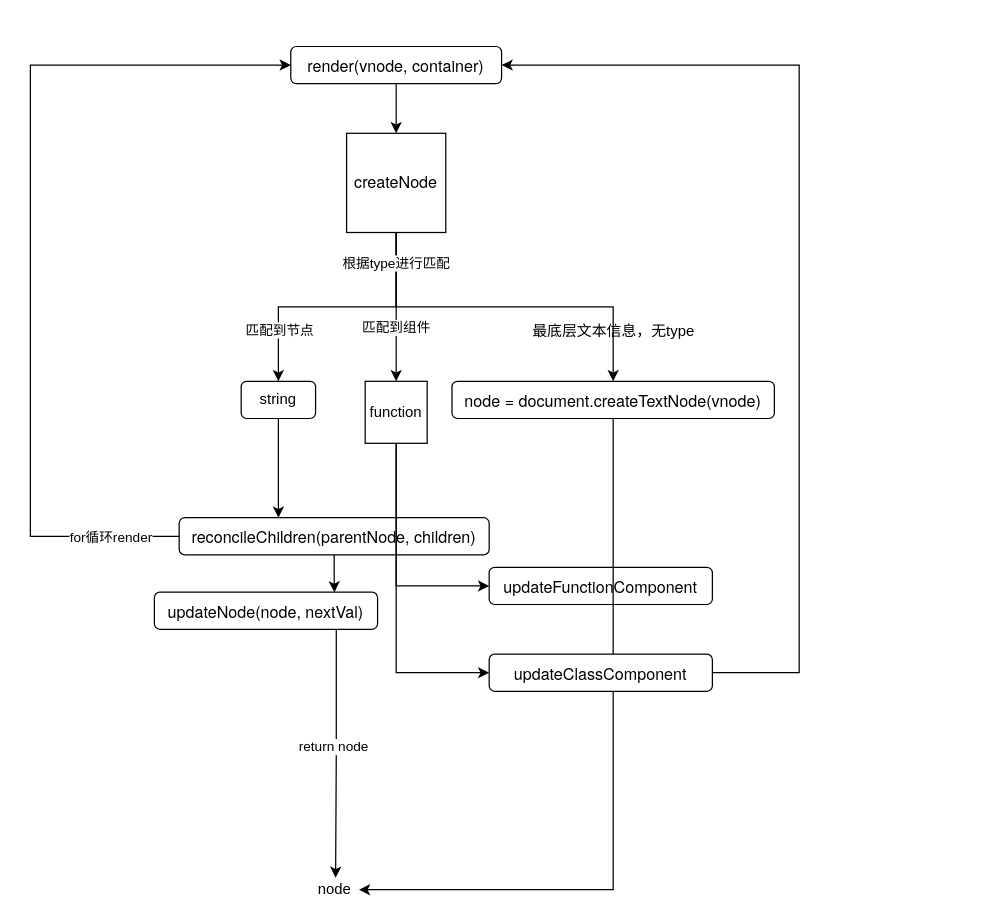
Above: Untitled Diagram.drawio in 18257340943/draws (draw.io), before the change. Source tidied: cells renumbered, new cells numbered last; positions are measured from the earlier drawing's top-left corner, leaving out a move shared by most shapes. Both pictures are drawn from the tidied source at 124%, with x=0, y=0 at pixel (30, 46).
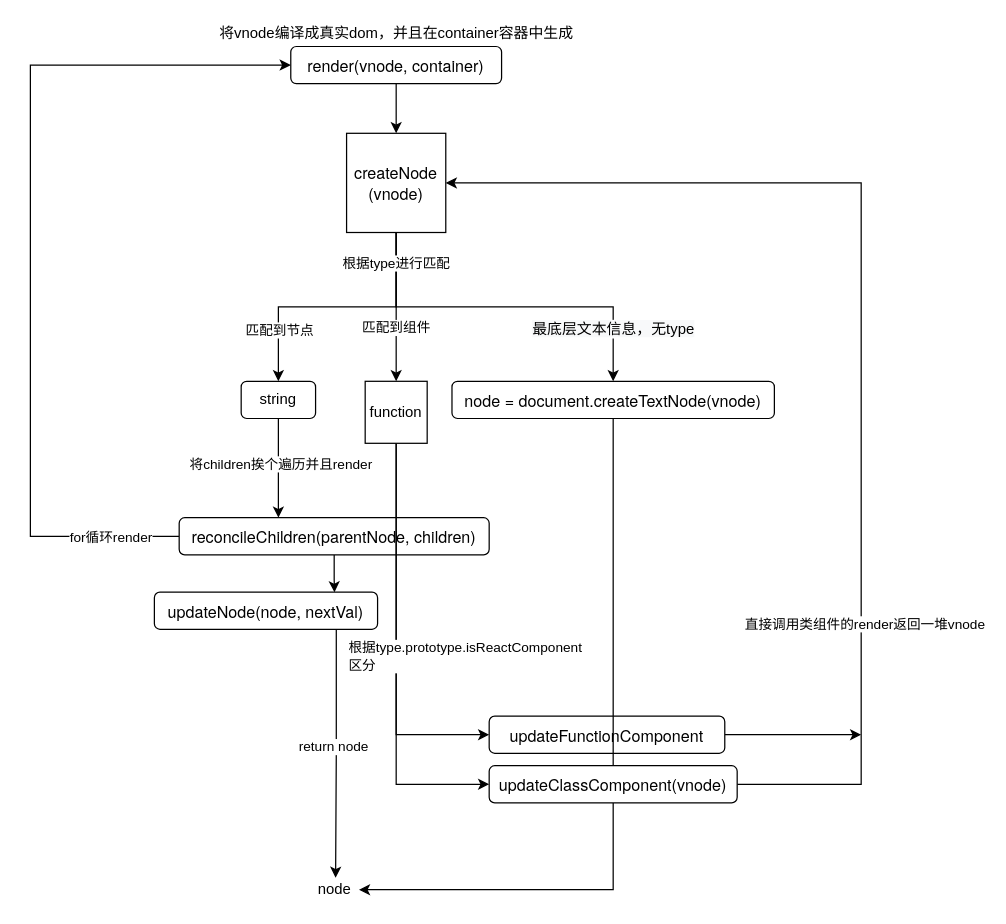
The same page after the edit.

Unchanged cells that the change refers to:
```xml
<mxCell id="3" value="&lt;p class=&quot;p1&quot; style=&quot;margin: 0px ; font-stretch: normal ; font-size: 13px ; line-height: normal ; font-family: &amp;quot;helvetica neue&amp;quot;&quot;&gt;render&lt;span style=&quot;font-family: &amp;quot;helvetica neue&amp;quot;&quot;&gt;(vnode, container)&lt;/span&gt;&lt;/p&gt;" style="rounded=1;whiteSpace=wrap;html=1;fontColor=default;strokeColor=default;fillColor=default;" parent="1" vertex="1">
  <mxGeometry x="210" width="170" height="30" as="geometry" />
</mxCell>
<mxCell id="16" style="edgeStyle=orthogonalEdgeStyle;rounded=0;jettySize=auto;html=1;entryX=0.5;entryY=0;entryDx=0;entryDy=0;labelBackgroundColor=default;fontColor=default;strokeColor=default;exitX=0.5;exitY=1;exitDx=0;exitDy=0;" parent="1" edge="1" source="18" target="25">
  <mxGeometry relative="1" as="geometry" />
</mxCell>
<mxCell id="21" value="function" style="whiteSpace=wrap;html=1;fontColor=default;strokeColor=default;fillColor=default;" parent="1" vertex="1">
  <mxGeometry x="270" y="270" width="50" height="50" as="geometry" />
</mxCell>
<mxCell id="22" style="edgeStyle=orthogonalEdgeStyle;rounded=0;jettySize=auto;html=1;labelBackgroundColor=default;fontColor=default;strokeColor=default;" parent="1" edge="1" source="23">
  <mxGeometry relative="1" as="geometry">
    <mxPoint x="200" y="380" as="targetPoint" />
  </mxGeometry>
</mxCell>
```

Change to the diagram source:
```diff
@@
+    <mxCell id="30" style="edgeStyle=orthogonalEdgeStyle;rounded=0;jettySize=auto;html=1;labelBackgroundColor=default;fontColor=default;strokeColor=default;" parent="1" edge="1" source="11">
+      <mxGeometry relative="1" as="geometry">
+        <mxPoint x="670" y="555" as="targetPoint" />
+      </mxGeometry>
+    </mxCell>
     <mxCell id="11" value="&lt;p class=&quot;p1&quot; style=&quot;margin: 0px ; font-stretch: normal ; font-size: 13px ; line-height: normal ; font-family: &amp;quot;helvetica neue&amp;quot;&quot;&gt;updateFunctionComponent&lt;/p&gt;" style="rounded=1;whiteSpace=wrap;html=1;fontColor=default;strokeColor=default;fillColor=default;" parent="1" vertex="1">
-      <mxGeometry x="370" y="420" width="180" height="30" as="geometry" />
+      <mxGeometry x="370" y="540" width="190" height="30" as="geometry" />
     </mxCell>
@@
+    <mxCell id="29" value="&lt;span style=&quot;font-size: 12px ; background-color: rgb(248 , 249 , 250)&quot;&gt;最底层文本信息，无type&lt;/span&gt;" style="edgeLabel;html=1;align=center;verticalAlign=middle;fontColor=default;" parent="16" vertex="1">
+      <mxGeometry x="0.71" y="-1" relative="1" as="geometry" />
+    </mxCell>
-    <mxCell id="18" value="&lt;span style=&quot;font-family: &amp;quot;helvetica neue&amp;quot; ; font-size: 13px&quot;&gt;createNode&lt;/span&gt;" style="whiteSpace=wrap;html=1;fontColor=default;strokeColor=default;fillColor=default;" parent="1" vertex="1">
+    <mxCell id="18" value="&lt;span style=&quot;font-family: &amp;#34;helvetica neue&amp;#34; ; font-size: 13px&quot;&gt;createNode&lt;br&gt;(vnode)&lt;br&gt;&lt;/span&gt;" style="whiteSpace=wrap;html=1;fontColor=default;strokeColor=default;fillColor=default;" parent="1" vertex="1">
       <mxGeometry x="255" y="70" width="80" height="80" as="geometry" />
     </mxCell>
     <mxCell id="19" style="edgeStyle=orthogonalEdgeStyle;rounded=0;jettySize=auto;html=1;labelBackgroundColor=default;fontColor=default;strokeColor=default;entryX=0;entryY=0.5;entryDx=0;entryDy=0;" parent="1" edge="1" source="21" target="11">
       <mxGeometry relative="1" as="geometry">
         <Array as="points">
-          <mxPoint x="295" y="435" />
+          <mxPoint x="295" y="555" />
         </Array>
       </mxGeometry>
     </mxCell>
     <mxCell id="20" style="edgeStyle=orthogonalEdgeStyle;rounded=0;jettySize=auto;html=1;entryX=0;entryY=0.5;entryDx=0;entryDy=0;labelBackgroundColor=default;fontColor=default;strokeColor=default;" parent="1" edge="1" source="21" target="27">
       <mxGeometry relative="1" as="geometry">
         <Array as="points">
-          <mxPoint x="295" y="505" />
+          <mxPoint x="295" y="595" />
         </Array>
       </mxGeometry>
     </mxCell>
+    <mxCell id="31" value="根据type.prototype.isReactComponent&lt;br&gt;区分" style="edgeLabel;html=1;align=left;verticalAlign=middle;fontColor=default;labelBackgroundColor=default;" parent="20" vertex="1">
+      <mxGeometry x="-0.07" y="-1" relative="1" as="geometry">
+        <mxPoint x="-39" y="8" as="offset" />
+      </mxGeometry>
+    </mxCell>
@@
+    <mxCell id="32" value="将children挨个遍历并且render" style="edgeLabel;html=1;align=center;verticalAlign=middle;fontColor=default;" parent="22" vertex="1">
+      <mxGeometry x="-0.1" y="1" relative="1" as="geometry" />
+    </mxCell>
@@
-    <mxCell id="26" style="edgeStyle=orthogonalEdgeStyle;rounded=0;jettySize=auto;html=1;entryX=1;entryY=0.5;entryDx=0;entryDy=0;labelBackgroundColor=default;fontColor=default;strokeColor=default;" parent="1" edge="1" source="27" target="3">
-      <mxGeometry relative="1" as="geometry">
-        <Array as="points">
-          <mxPoint x="620" y="505" />
-          <mxPoint x="620" y="15" />
-        </Array>
-      </mxGeometry>
-    </mxCell>
+    <mxCell id="33" style="edgeStyle=orthogonalEdgeStyle;rounded=0;jettySize=auto;html=1;entryX=1;entryY=0.5;entryDx=0;entryDy=0;labelBackgroundColor=default;fontColor=default;strokeColor=default;" parent="1" edge="1" source="27" target="18">
+      <mxGeometry relative="1" as="geometry">
+        <Array as="points">
+          <mxPoint x="670" y="595" />
+          <mxPoint x="670" y="110" />
+        </Array>
+      </mxGeometry>
+    </mxCell>
+    <mxCell id="34" value="直接调用类组件的render返回一堆vnode" style="edgeLabel;html=1;align=center;verticalAlign=middle;fontColor=default;" parent="33" vertex="1">
+      <mxGeometry x="-0.5" y="-2" relative="1" as="geometry" />
+    </mxCell>
-    <mxCell id="27" value="&lt;p class=&quot;p1&quot; style=&quot;margin: 0px ; font-stretch: normal ; font-size: 13px ; line-height: normal ; font-family: &amp;quot;helvetica neue&amp;quot;&quot;&gt;updateClassComponent&lt;/p&gt;" style="rounded=1;whiteSpace=wrap;html=1;fontColor=default;strokeColor=default;fillColor=default;" parent="1" vertex="1">
-      <mxGeometry x="370" y="490" width="180" height="30" as="geometry" />
+    <mxCell id="27" value="&lt;p class=&quot;p1&quot; style=&quot;margin: 0px ; font-stretch: normal ; font-size: 13px ; line-height: normal ; font-family: &amp;quot;helvetica neue&amp;quot;&quot;&gt;updateClassComponent(vnode)&lt;/p&gt;" style="rounded=1;whiteSpace=wrap;html=1;fontColor=default;strokeColor=default;fillColor=default;" parent="1" vertex="1">
+      <mxGeometry x="370" y="580" width="200" height="30" as="geometry" />
     </mxCell>
@@
-    <mxCell id="29" value="最底层文本信息，无type" style="text;html=1;align=center;verticalAlign=middle;strokeColor=none;fillColor=none;fontColor=default;" parent="1" vertex="1">
-      <mxGeometry x="395" y="220" width="150" height="20" as="geometry" />
-    </mxCell>
+    <mxCell id="35" value="将vnode编译成真实dom，并且在container容器中生成" style="text;html=1;align=center;verticalAlign=middle;strokeColor=none;fillColor=none;fontColor=default;" parent="1" vertex="1">
+      <mxGeometry x="145" y="-20" width="300" height="20" as="geometry" />
+    </mxCell>
```
